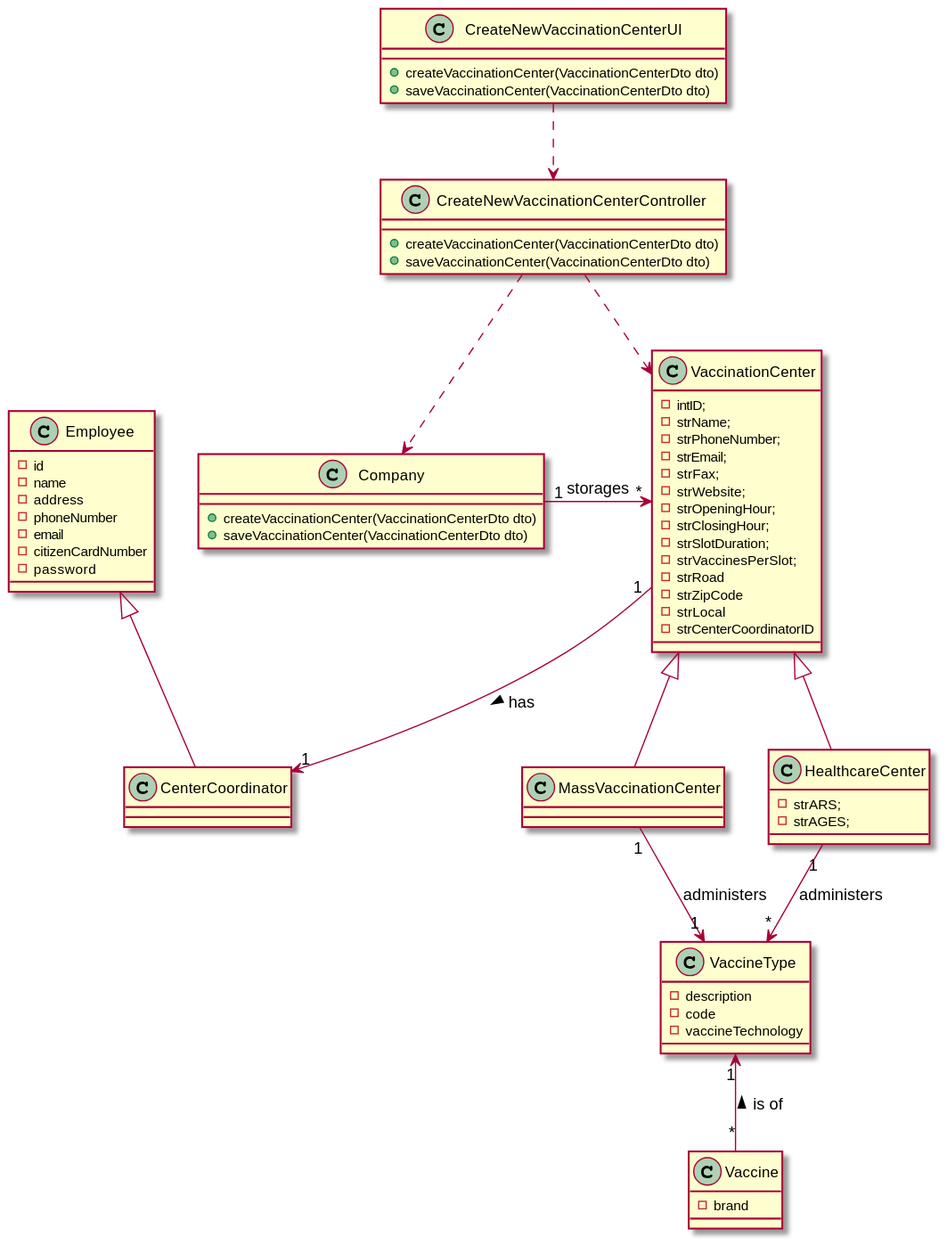
The PlantUML diagram docs/SprintB/US009/US009_CD.svg in Pirussa/lei-22-s2-1da-g02, before a commit.
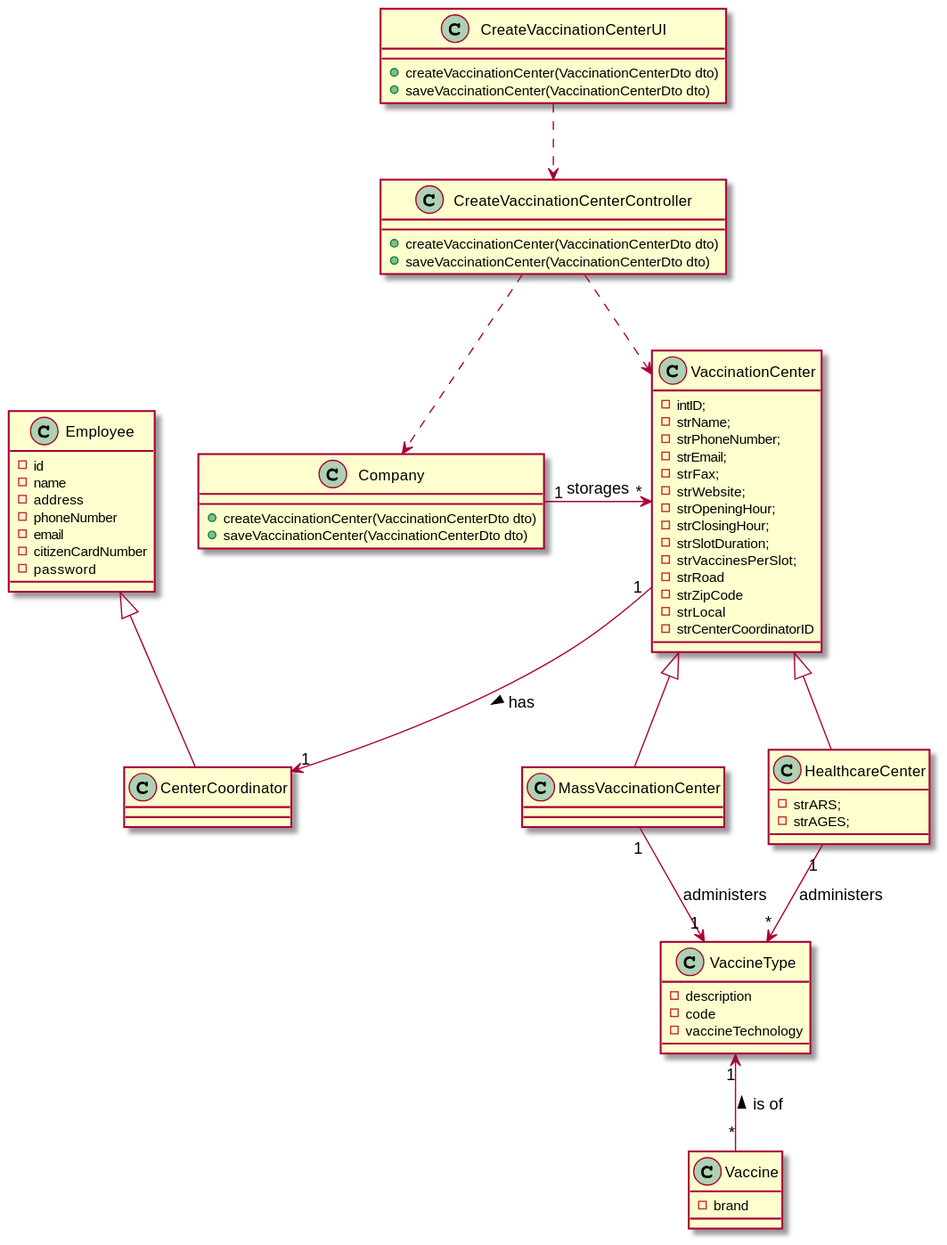
The same file after the commit.

Change to the diagram source:
```diff
@@ -54,20 +54,20 @@
 -strAGES;
 }
 
-class CreateNewVaccinationCenterUI{
+class CreateVaccinationCenterUI{
 +createVaccinationCenter(VaccinationCenterDto dto)
 +saveVaccinationCenter(VaccinationCenterDto dto)
 }
 
-class CreateNewVaccinationCenterController{
+class CreateVaccinationCenterController{
 +createVaccinationCenter(VaccinationCenterDto dto)
 +saveVaccinationCenter(VaccinationCenterDto dto)
 }
 
-CreateNewVaccinationCenterUI ..> CreateNewVaccinationCenterController
-CreateNewVaccinationCenterController ..> Company
+CreateVaccinationCenterUI ..> CreateVaccinationCenterController
+CreateVaccinationCenterController ..> Company
 Company "1" -> "*" VaccinationCenter : storages
-CreateNewVaccinationCenterController ..> VaccinationCenter
+CreateVaccinationCenterController ..> VaccinationCenter
 VaccinationCenter "1" --> "1" CenterCoordinator : has >
 VaccinationCenter <|-- MassVaccinationCenter
 VaccinationCenter <|-- HealthcareCenter
```
